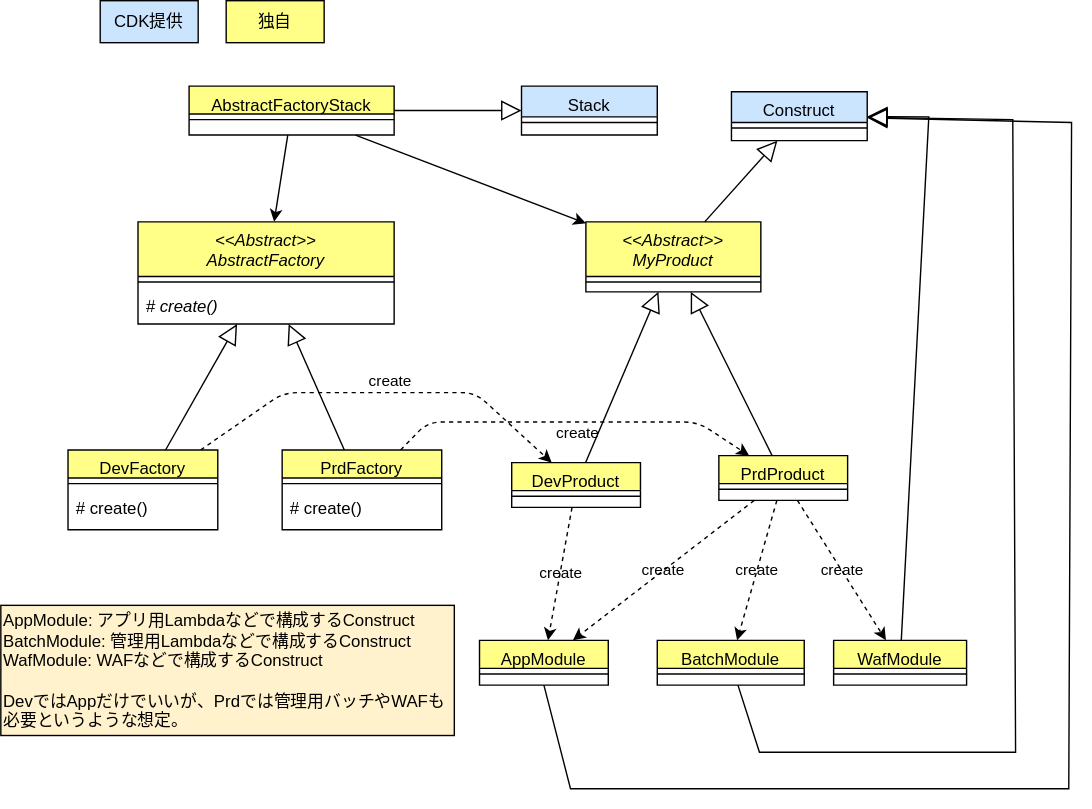
The draw.io diagram drawio/abstract-factory/abstract-factory-cdk.drawio.svg in go-to-k/cdk-gof-design-pattern, before a commit. Source tidied: cells renumbered, new cells last; positions are measured from the earlier drawing's top-left corner, leaving out a move shared by most shapes.
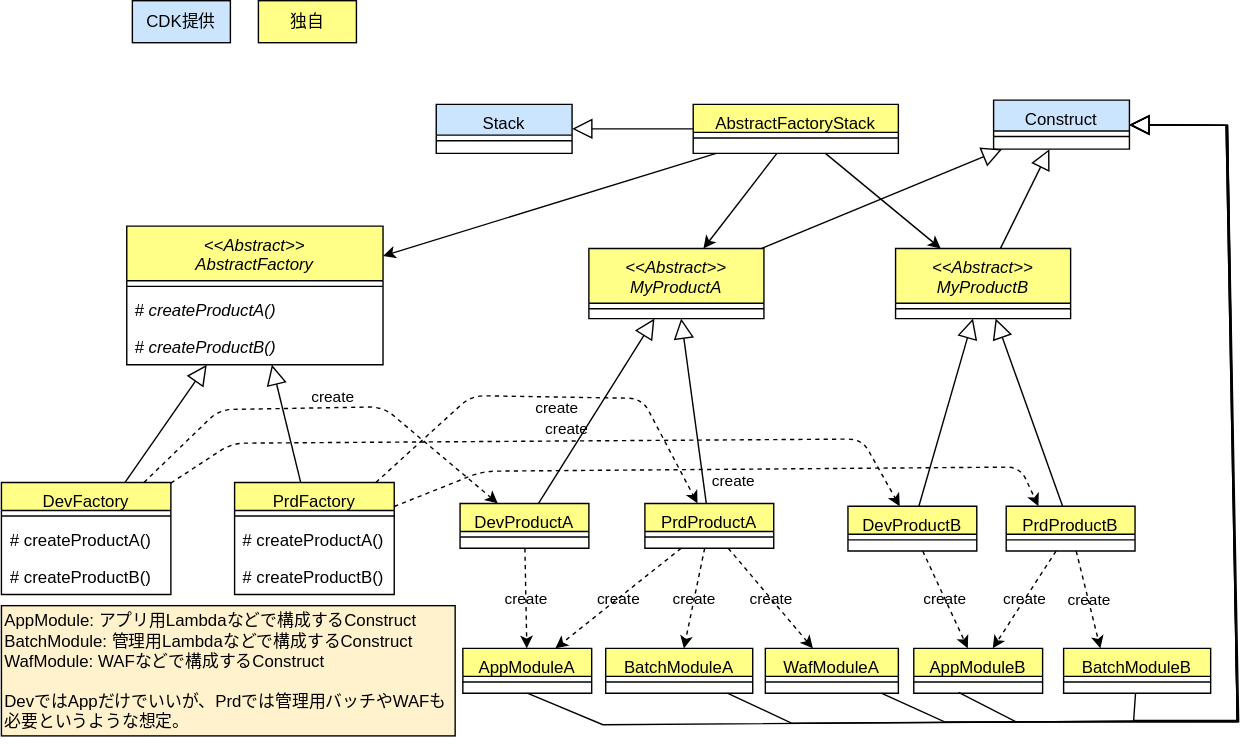
After the change.

What changed in the source:
```diff
@@ -5,3 +5,3 @@
     <mxCell id="2" value="&lt;&lt;Abstract&gt;&gt;&#10;AbstractFactory" style="swimlane;fontStyle=2;align=center;verticalAlign=top;horizontal=1;startSize=39;rounded=0;shadow=0;strokeWidth=1;fillColor=#ffff88;strokeColor=#000000;fontColor=#000000;" parent="1" vertex="1">
-      <mxGeometry x="98" y="158" width="183" height="73" as="geometry" />
+      <mxGeometry x="67" y="161" width="183" height="99" as="geometry" />
     </mxCell>
@@ -10,5 +10,8 @@
     </mxCell>
-    <mxCell id="4" value="&lt;i&gt;# create()&lt;/i&gt;" style="text;strokeColor=none;fillColor=none;align=left;verticalAlign=top;spacingLeft=4;spacingRight=4;overflow=hidden;whiteSpace=wrap;html=1;fontColor=#000000;" parent="2" vertex="1">
+    <mxCell id="4" value="&lt;i&gt;# createProductA()&lt;/i&gt;" style="text;strokeColor=none;fillColor=none;align=left;verticalAlign=top;spacingLeft=4;spacingRight=4;overflow=hidden;whiteSpace=wrap;html=1;fontColor=#000000;" parent="2" vertex="1">
       <mxGeometry y="47" width="183" height="26" as="geometry" />
     </mxCell>
+    <mxCell id="49" value="&lt;i&gt;# createProductB()&lt;/i&gt;" style="text;strokeColor=none;fillColor=none;align=left;verticalAlign=top;spacingLeft=4;spacingRight=4;overflow=hidden;whiteSpace=wrap;html=1;fontColor=#000000;" parent="2" vertex="1">
+      <mxGeometry y="73" width="183" height="26" as="geometry" />
+    </mxCell>
     <mxCell id="5" value="独自" style="rounded=0;whiteSpace=wrap;html=1;fillColor=#ffff88;strokeColor=#000000;fontColor=#000000;" parent="1" vertex="1">
@@ -22,4 +25,4 @@
         <Array as="points">
-          <mxPoint x="305" y="301" />
-          <mxPoint x="498" y="301" />
+          <mxPoint x="313" y="282" />
+          <mxPoint x="435" y="284" />
         </Array>
@@ -28,3 +31,3 @@
     <mxCell id="8" value="PrdFactory" style="swimlane;fontStyle=0;align=center;verticalAlign=top;horizontal=1;startSize=20;rounded=0;shadow=0;strokeWidth=1;fillColor=#ffff88;strokeColor=#000000;fontColor=#000000;" parent="1" vertex="1">
-      <mxGeometry x="201" y="321" width="114" height="57" as="geometry" />
+      <mxGeometry x="144" y="344" width="114" height="80" as="geometry" />
     </mxCell>
@@ -33,5 +36,8 @@
     </mxCell>
-    <mxCell id="10" value="# create()" style="text;strokeColor=none;fillColor=none;align=left;verticalAlign=top;spacingLeft=4;spacingRight=4;overflow=hidden;whiteSpace=wrap;html=1;fontColor=#000000;" parent="8" vertex="1">
+    <mxCell id="10" value="# createProductA()" style="text;strokeColor=none;fillColor=none;align=left;verticalAlign=top;spacingLeft=4;spacingRight=4;overflow=hidden;whiteSpace=wrap;html=1;fontColor=#000000;" parent="8" vertex="1">
       <mxGeometry y="28" width="114" height="26" as="geometry" />
     </mxCell>
+    <mxCell id="50" value="# createProductB()" style="text;strokeColor=none;fillColor=none;align=left;verticalAlign=top;spacingLeft=4;spacingRight=4;overflow=hidden;whiteSpace=wrap;html=1;fontColor=#000000;" parent="8" vertex="1">
+      <mxGeometry y="54" width="114" height="26" as="geometry" />
+    </mxCell>
     <mxCell id="11" style="endArrow=block;endFill=0;endSize=12;html=1;rounded=0;strokeColor=#000000;fontColor=#000000;" parent="1" edge="1" source="8" target="2">
@@ -42,4 +48,4 @@
         <Array as="points">
-          <mxPoint x="202" y="280" />
-          <mxPoint x="339" y="280" />
+          <mxPoint x="133" y="292" />
+          <mxPoint x="250" y="290" />
         </Array>
@@ -48,9 +54,12 @@
     <mxCell id="13" value="DevFactory" style="swimlane;fontStyle=0;align=center;verticalAlign=top;horizontal=1;startSize=20;rounded=0;shadow=0;strokeWidth=1;fillColor=#ffff88;strokeColor=#000000;fontColor=#000000;" parent="1" vertex="1">
-      <mxGeometry x="48" y="321" width="107" height="57" as="geometry" />
+      <mxGeometry x="-22.5" y="344" width="121" height="80" as="geometry" />
     </mxCell>
     <mxCell id="14" style="line;html=1;strokeWidth=1;align=left;verticalAlign=middle;spacingTop=-1;spacingLeft=3;spacingRight=3;labelPosition=right;strokeColor=#000000;fontColor=#000000;" parent="13" vertex="1">
-      <mxGeometry y="20" width="107" height="8" as="geometry" />
+      <mxGeometry y="20" width="121" height="8" as="geometry" />
     </mxCell>
+    <mxCell id="51" value="# createProductA()" style="text;strokeColor=none;fillColor=none;align=left;verticalAlign=top;spacingLeft=4;spacingRight=4;overflow=hidden;whiteSpace=wrap;html=1;fontColor=#000000;" parent="13" vertex="1">
+      <mxGeometry y="28" width="121" height="26" as="geometry" />
+    </mxCell>
-    <mxCell id="15" value="# create()" style="text;strokeColor=none;fillColor=none;align=left;verticalAlign=top;spacingLeft=4;spacingRight=4;overflow=hidden;whiteSpace=wrap;html=1;fontColor=#000000;" parent="13" vertex="1">
-      <mxGeometry y="28" width="107" height="26" as="geometry" />
+    <mxCell id="15" value="# createProductB()" style="text;strokeColor=none;fillColor=none;align=left;verticalAlign=top;spacingLeft=4;spacingRight=4;overflow=hidden;whiteSpace=wrap;html=1;fontColor=#000000;" parent="13" vertex="1">
+      <mxGeometry y="54" width="121" height="26" as="geometry" />
     </mxCell>
@@ -59,4 +68,4 @@
     </mxCell>
-    <mxCell id="17" value="&lt;&lt;Abstract&gt;&gt;&#10;MyProduct" style="swimlane;fontStyle=2;align=center;verticalAlign=top;horizontal=1;startSize=39;rounded=0;shadow=0;strokeWidth=1;fillColor=#ffff88;strokeColor=#000000;fontColor=#000000;" parent="1" vertex="1">
-      <mxGeometry x="418" y="158" width="125" height="50" as="geometry" />
+    <mxCell id="17" value="&lt;&lt;Abstract&gt;&gt;&#10;MyProductA" style="swimlane;fontStyle=2;align=center;verticalAlign=top;horizontal=1;startSize=39;rounded=0;shadow=0;strokeWidth=1;fillColor=#ffff88;strokeColor=#000000;fontColor=#000000;" parent="1" vertex="1">
+      <mxGeometry x="397" y="177" width="125" height="50" as="geometry" />
     </mxCell>
@@ -66,3 +75,3 @@
     <mxCell id="19" value="Construct" style="swimlane;fontStyle=0;align=center;verticalAlign=top;horizontal=1;startSize=22;rounded=0;shadow=0;strokeWidth=1;fillColor=#cce5ff;strokeColor=#000000;fontColor=#000000;" parent="1" vertex="1">
-      <mxGeometry x="522" y="65" width="97" height="35" as="geometry" />
+      <mxGeometry x="686" y="71" width="97" height="35" as="geometry" />
     </mxCell>
@@ -74,4 +83,4 @@
     </mxCell>
-    <mxCell id="22" value="DevProduct" style="swimlane;fontStyle=0;align=center;verticalAlign=top;horizontal=1;startSize=20;rounded=0;shadow=0;strokeWidth=1;fillColor=#ffff88;strokeColor=#000000;fontColor=#000000;" parent="1" vertex="1">
-      <mxGeometry x="365" y="330" width="92" height="32" as="geometry" />
+    <mxCell id="22" value="DevProductA" style="swimlane;fontStyle=0;align=center;verticalAlign=top;horizontal=1;startSize=20;rounded=0;shadow=0;strokeWidth=1;fillColor=#ffff88;strokeColor=#000000;fontColor=#000000;" parent="1" vertex="1">
+      <mxGeometry x="305" y="359" width="92" height="32" as="geometry" />
     </mxCell>
@@ -89,4 +98,4 @@
     </mxCell>
-    <mxCell id="27" value="PrdProduct" style="swimlane;fontStyle=0;align=center;verticalAlign=top;horizontal=1;startSize=20;rounded=0;shadow=0;strokeWidth=1;fillColor=#ffff88;strokeColor=#000000;fontColor=#000000;" parent="1" vertex="1">
-      <mxGeometry x="513" y="325" width="92" height="32" as="geometry" />
+    <mxCell id="27" value="PrdProductA" style="swimlane;fontStyle=0;align=center;verticalAlign=top;horizontal=1;startSize=20;rounded=0;shadow=0;strokeWidth=1;fillColor=#ffff88;strokeColor=#000000;fontColor=#000000;" parent="1" vertex="1">
+      <mxGeometry x="437" y="359" width="92" height="32" as="geometry" />
     </mxCell>
@@ -104,4 +113,4 @@
     </mxCell>
-    <mxCell id="32" value="AppModule" style="swimlane;fontStyle=0;align=center;verticalAlign=top;horizontal=1;startSize=20;rounded=0;shadow=0;strokeWidth=1;fillColor=#ffff88;strokeColor=#000000;fontColor=#000000;" parent="1" vertex="1">
-      <mxGeometry x="342" y="457" width="92" height="32" as="geometry" />
+    <mxCell id="32" value="AppModuleA" style="swimlane;fontStyle=0;align=center;verticalAlign=top;horizontal=1;startSize=20;rounded=0;shadow=0;strokeWidth=1;fillColor=#ffff88;strokeColor=#000000;fontColor=#000000;" parent="1" vertex="1">
+      <mxGeometry x="307" y="462.5" width="92" height="32" as="geometry" />
     </mxCell>
@@ -113,5 +122,5 @@
         <Array as="points">
-          <mxPoint x="407" y="563" />
-          <mxPoint x="763" y="563" />
-          <mxPoint x="765" y="87" />
+          <mxPoint x="407" y="517" />
+          <mxPoint x="860" y="514" />
+          <mxPoint x="853" y="89" />
         </Array>
@@ -119,4 +128,4 @@
     </mxCell>
-    <mxCell id="35" value="BatchModule" style="swimlane;fontStyle=0;align=center;verticalAlign=top;horizontal=1;startSize=20;rounded=0;shadow=0;strokeWidth=1;fillColor=#ffff88;strokeColor=#000000;fontColor=#000000;" parent="1" vertex="1">
-      <mxGeometry x="469" y="457" width="105" height="32" as="geometry" />
+    <mxCell id="35" value="BatchModuleA" style="swimlane;fontStyle=0;align=center;verticalAlign=top;horizontal=1;startSize=20;rounded=0;shadow=0;strokeWidth=1;fillColor=#ffff88;strokeColor=#000000;fontColor=#000000;" parent="1" vertex="1">
+      <mxGeometry x="409" y="462.5" width="105" height="32" as="geometry" />
     </mxCell>
@@ -125,4 +134,4 @@
     </mxCell>
-    <mxCell id="37" value="WafModule" style="swimlane;fontStyle=0;align=center;verticalAlign=top;horizontal=1;startSize=20;rounded=0;shadow=0;strokeWidth=1;fillColor=#ffff88;strokeColor=#000000;fontColor=#000000;" parent="1" vertex="1">
-      <mxGeometry x="595" y="457" width="95" height="32" as="geometry" />
+    <mxCell id="37" value="WafModuleA" style="swimlane;fontStyle=0;align=center;verticalAlign=top;horizontal=1;startSize=20;rounded=0;shadow=0;strokeWidth=1;fillColor=#ffff88;strokeColor=#000000;fontColor=#000000;" parent="1" vertex="1">
+      <mxGeometry x="523" y="462.5" width="95" height="32" as="geometry" />
     </mxCell>
@@ -134,3 +143,5 @@
         <Array as="points">
-          <mxPoint x="663" y="83" />
+          <mxPoint x="651" y="515" />
+          <mxPoint x="860" y="515" />
+          <mxPoint x="852" y="89" />
         </Array>
@@ -141,5 +152,5 @@
         <Array as="points">
-          <mxPoint x="542" y="537" />
-          <mxPoint x="725" y="537" />
-          <mxPoint x="723" y="85" />
+          <mxPoint x="542" y="516" />
+          <mxPoint x="860" y="514" />
+          <mxPoint x="852" y="89" />
         </Array>
@@ -154,3 +165,3 @@
     <mxCell id="43" value="AbstractFactoryStack" style="swimlane;fontStyle=0;align=center;verticalAlign=top;horizontal=1;startSize=20;rounded=0;shadow=0;strokeWidth=1;fillColor=#ffff88;strokeColor=#000000;fontColor=#000000;" parent="1" vertex="1">
-      <mxGeometry x="134.5" y="61" width="146.5" height="35" as="geometry" />
+      <mxGeometry x="471.5" y="74" width="146.5" height="35" as="geometry" />
     </mxCell>
@@ -160,3 +171,3 @@
     <mxCell id="45" value="Stack" style="swimlane;fontStyle=0;align=center;verticalAlign=top;horizontal=1;startSize=22;rounded=0;shadow=0;strokeWidth=1;fillColor=#cce5ff;strokeColor=#000000;fontColor=#000000;" parent="1" vertex="1">
-      <mxGeometry x="372" y="61" width="97" height="35" as="geometry" />
+      <mxGeometry x="288" y="74" width="97" height="35" as="geometry" />
     </mxCell>
@@ -169,4 +180,90 @@
     <mxCell id="48" value="AppModule: アプリ用Lambdaなどで構成するConstruct&lt;br&gt;BatchModule: 管理用Lambdaなどで構成するConstruct&lt;br&gt;WafModule: WAFなどで構成するConstruct&lt;br&gt;&lt;br&gt;DevではAppだけでいいが、Prdでは管理用バッチやWAFも必要というような想定。&lt;br&gt;&lt;div style=&quot;&quot;&gt;&lt;/div&gt;" style="text;html=1;strokeColor=#000000;fillColor=#fff2cc;align=left;verticalAlign=middle;whiteSpace=wrap;rounded=0;fontColor=#000000;" parent="1" vertex="1">
-      <mxGeometry y="432" width="324" height="93" as="geometry" />
+      <mxGeometry x="-22.5" y="432" width="324" height="93" as="geometry" />
     </mxCell>
+    <mxCell id="52" value="&lt;&lt;Abstract&gt;&gt;&#10;MyProductB" style="swimlane;fontStyle=2;align=center;verticalAlign=top;horizontal=1;startSize=39;rounded=0;shadow=0;strokeWidth=1;fillColor=#ffff88;strokeColor=#000000;fontColor=#000000;" parent="1" vertex="1">
+      <mxGeometry x="616" y="177" width="125" height="50" as="geometry" />
+    </mxCell>
+    <mxCell id="53" style="line;html=1;strokeWidth=1;align=left;verticalAlign=middle;spacingTop=-1;spacingLeft=3;spacingRight=3;labelPosition=right;strokeColor=#000000;fontColor=#000000;" parent="52" vertex="1">
+      <mxGeometry y="39" width="125" height="8" as="geometry" />
+    </mxCell>
+    <mxCell id="54" value="DevProductB" style="swimlane;fontStyle=0;align=center;verticalAlign=top;horizontal=1;startSize=20;rounded=0;shadow=0;strokeWidth=1;fillColor=#ffff88;strokeColor=#000000;fontColor=#000000;" parent="1" vertex="1">
+      <mxGeometry x="582" y="361" width="92" height="32" as="geometry" />
+    </mxCell>
+    <mxCell id="55" style="line;html=1;strokeWidth=1;align=left;verticalAlign=middle;spacingTop=-1;spacingLeft=3;spacingRight=3;labelPosition=right;strokeColor=#000000;fontColor=#000000;" parent="54" vertex="1">
+      <mxGeometry y="20" width="92" height="8" as="geometry" />
+    </mxCell>
+    <mxCell id="56" value="PrdProductB" style="swimlane;fontStyle=0;align=center;verticalAlign=top;horizontal=1;startSize=20;rounded=0;shadow=0;strokeWidth=1;fillColor=#ffff88;strokeColor=#000000;fontColor=#000000;" parent="1" vertex="1">
+      <mxGeometry x="695" y="361" width="92" height="32" as="geometry" />
+    </mxCell>
+    <mxCell id="57" style="line;html=1;strokeWidth=1;align=left;verticalAlign=middle;spacingTop=-1;spacingLeft=3;spacingRight=3;labelPosition=right;strokeColor=#000000;fontColor=#000000;" parent="56" vertex="1">
+      <mxGeometry y="20" width="92" height="8" as="geometry" />
+    </mxCell>
+    <mxCell id="58" style="edgeStyle=none;html=1;labelBackgroundColor=none;strokeColor=#000000;fontColor=#000000;" parent="1" edge="1" source="43" target="52">
+      <mxGeometry relative="1" as="geometry" />
+    </mxCell>
+    <mxCell id="59" style="endArrow=block;endFill=0;endSize=12;html=1;rounded=0;strokeColor=#000000;fontColor=#000000;" parent="1" edge="1" source="52" target="19">
+      <mxGeometry relative="1" as="geometry" />
+    </mxCell>
+    <mxCell id="60" style="endArrow=block;endFill=0;endSize=12;html=1;rounded=0;strokeColor=#000000;fontColor=#000000;" parent="1" edge="1" source="54" target="52">
+      <mxGeometry relative="1" as="geometry" />
+    </mxCell>
+    <mxCell id="61" style="endArrow=block;endFill=0;endSize=12;html=1;rounded=0;strokeColor=#000000;fontColor=#000000;" parent="1" edge="1" source="56" target="52">
+      <mxGeometry relative="1" as="geometry" />
+    </mxCell>
+    <mxCell id="62" value="AppModuleB" style="swimlane;fontStyle=0;align=center;verticalAlign=top;horizontal=1;startSize=20;rounded=0;shadow=0;strokeWidth=1;fillColor=#ffff88;strokeColor=#000000;fontColor=#000000;" parent="1" vertex="1">
+      <mxGeometry x="629" y="462.5" width="92" height="32" as="geometry" />
+    </mxCell>
+    <mxCell id="63" style="line;html=1;strokeWidth=1;align=left;verticalAlign=middle;spacingTop=-1;spacingLeft=3;spacingRight=3;labelPosition=right;strokeColor=#000000;fontColor=#000000;" parent="62" vertex="1">
+      <mxGeometry y="20" width="92" height="8" as="geometry" />
+    </mxCell>
+    <mxCell id="64" value="BatchModuleB" style="swimlane;fontStyle=0;align=center;verticalAlign=top;horizontal=1;startSize=20;rounded=0;shadow=0;strokeWidth=1;fillColor=#ffff88;strokeColor=#000000;fontColor=#000000;" parent="1" vertex="1">
+      <mxGeometry x="736" y="462.5" width="105" height="32" as="geometry" />
+    </mxCell>
+    <mxCell id="65" style="line;html=1;strokeWidth=1;align=left;verticalAlign=middle;spacingTop=-1;spacingLeft=3;spacingRight=3;labelPosition=right;strokeColor=#000000;fontColor=#000000;" parent="64" vertex="1">
+      <mxGeometry y="20" width="105" height="8" as="geometry" />
+    </mxCell>
+    <mxCell id="66" value="create" style="edgeStyle=none;html=1;strokeColor=#000000;dashed=1;labelBackgroundColor=none;fontColor=#000000;" parent="1" edge="1" source="54" target="62">
+      <mxGeometry relative="1" as="geometry" />
+    </mxCell>
+    <mxCell id="67" value="create" style="edgeStyle=none;html=1;strokeColor=#000000;dashed=1;labelBackgroundColor=none;fontColor=#000000;entryX=0.25;entryY=0;entryDx=0;entryDy=0;" parent="1" edge="1" source="56" target="64">
+      <mxGeometry relative="1" as="geometry" />
+    </mxCell>
+    <mxCell id="68" value="create" style="edgeStyle=none;html=1;strokeColor=#000000;dashed=1;labelBackgroundColor=none;fontColor=#000000;" parent="1" edge="1" source="56" target="62">
+      <mxGeometry relative="1" as="geometry" />
+    </mxCell>
+    <mxCell id="69" value="create" style="edgeStyle=none;html=1;strokeColor=#000000;labelBackgroundColor=none;fontColor=#000000;dashed=1;entryX=0.25;entryY=0;entryDx=0;entryDy=0;" parent="1" edge="1" source="8" target="56">
+      <mxGeometry x="0.02" y="-8" relative="1" as="geometry">
+        <Array as="points">
+          <mxPoint x="321" y="336" />
+          <mxPoint x="705" y="333" />
+        </Array>
+      </mxGeometry>
+    </mxCell>
+    <mxCell id="70" value="create" style="edgeStyle=none;html=1;strokeColor=#000000;dashed=1;labelBackgroundColor=none;fontColor=#000000;" parent="1" edge="1" source="13" target="54">
+      <mxGeometry x="0.04" y="8" relative="1" as="geometry">
+        <Array as="points">
+          <mxPoint x="142" y="316" />
+          <mxPoint x="592" y="313" />
+        </Array>
+      </mxGeometry>
+    </mxCell>
+    <mxCell id="71" style="endArrow=block;endFill=0;endSize=12;html=1;rounded=0;strokeColor=#000000;fontColor=#000000;" parent="1" edge="1" target="19">
+      <mxGeometry relative="1" as="geometry">
+        <mxPoint x="661" y="494" as="sourcePoint" />
+        <Array as="points">
+          <mxPoint x="702" y="515" />
+          <mxPoint x="861" y="515" />
+          <mxPoint x="853" y="89" />
+        </Array>
+      </mxGeometry>
+    </mxCell>
+    <mxCell id="72" style="endArrow=block;endFill=0;endSize=12;html=1;rounded=0;strokeColor=#000000;fontColor=#000000;" parent="1" edge="1" source="64" target="19">
+      <mxGeometry relative="1" as="geometry">
+        <Array as="points">
+          <mxPoint x="786" y="514" />
+          <mxPoint x="860" y="514" />
+          <mxPoint x="853" y="89" />
+        </Array>
+      </mxGeometry>
+    </mxCell>
   </root>
```
